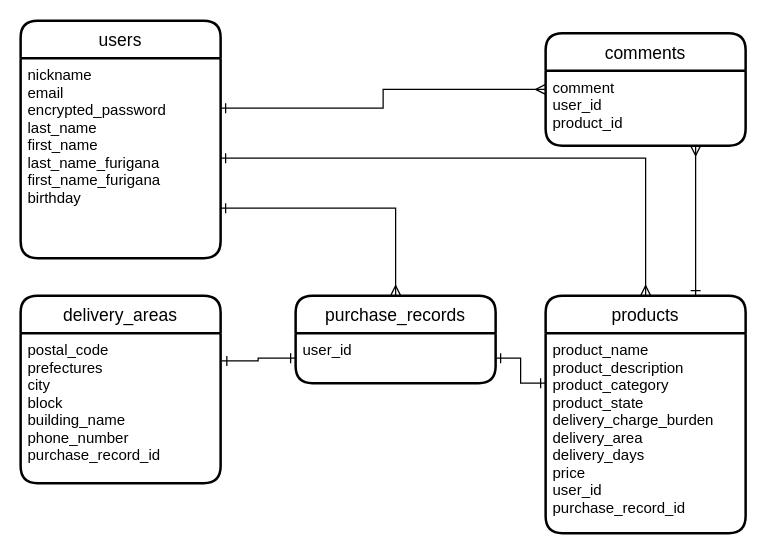
The draw.io diagram er.dio in HijiriOkuhara/furima-36024, before the edit. Source tidied: cells renumbered, new cells numbered last; positions are measured from the earlier drawing's top-left corner, leaving out a move shared by most shapes. Both pictures are drawn from the tidied source at 125%, with x=0, y=0 at pixel (20, 20).
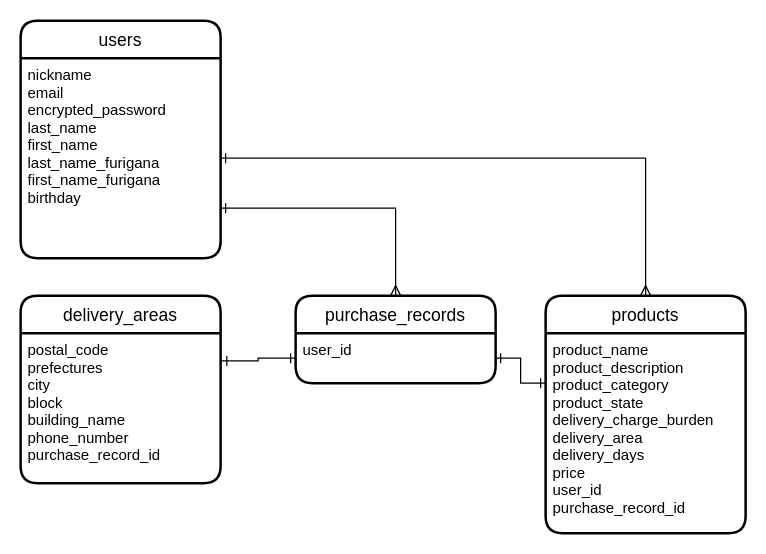
The same page after the edit.

Commit message (it also covers changes not shown here):
コメントテーブルとコメントテーブルに関わるアソシエーションを削除

What changed in the source:
```diff
@@
 <mxGraphModel>
   <root>
     <mxCell id="0" />
     <mxCell id="1" parent="0" />
     <mxCell id="2" value="users" style="swimlane;horizontal=1;startSize=30;rounded=1;fontSize=14;fontStyle=0;strokeWidth=2;shadow=0;dashed=0;align=center;" parent="1" vertex="1">
       <mxGeometry width="160" height="190" as="geometry" />
     </mxCell>
     <mxCell id="3" value="nickname&#10;email&#10;encrypted_password&#10;last_name&#10;first_name&#10;last_name_furigana&#10;first_name_furigana&#10;birthday" style="align=left;strokeColor=none;fillColor=none;spacingLeft=4;fontSize=12;verticalAlign=top;" parent="2" vertex="1">
       <mxGeometry y="30" width="160" height="160" as="geometry" />
     </mxCell>
-    <mxCell id="4" style="edgeStyle=orthogonalEdgeStyle;rounded=0;jettySize=auto;html=1;exitX=0.75;exitY=0;exitDx=0;exitDy=0;entryX=0.75;entryY=1;entryDx=0;entryDy=0;startArrow=ERone;startFill=0;endArrow=ERmany;endFill=0;" parent="1" edge="1" source="5" target="8">
-      <mxGeometry relative="1" as="geometry" />
-    </mxCell>
     <mxCell id="5" value="products" style="swimlane;horizontal=1;startSize=30;rounded=1;fontSize=14;fontStyle=0;strokeWidth=2;shadow=0;dashed=0;align=center;" parent="1" vertex="1">
       <mxGeometry x="420" y="220" width="160" height="190" as="geometry" />
     </mxCell>
     <mxCell id="6" value="product_name&#10;product_description&#10;product_category&#10;product_state&#10;delivery_charge_burden&#10;delivery_area&#10;delivery_days&#10;price&#10;user_id&#10;purchase_record_id" style="align=left;strokeColor=none;fillColor=none;spacingLeft=4;fontSize=12;verticalAlign=top;" parent="5" vertex="1">
       <mxGeometry y="30" width="160" height="160" as="geometry" />
     </mxCell>
-    <mxCell id="7" value="comments" style="swimlane;horizontal=1;startSize=30;rounded=1;fontSize=14;fontStyle=0;strokeWidth=2;shadow=0;dashed=0;align=center;" parent="1" vertex="1">
-      <mxGeometry x="420" y="10" width="160" height="90" as="geometry" />
-    </mxCell>
-    <mxCell id="8" value="comment&#10;user_id&#10;product_id" style="align=left;strokeColor=none;fillColor=none;spacingLeft=4;fontSize=12;verticalAlign=top;" parent="7" vertex="1">
-      <mxGeometry y="30" width="160" height="60" as="geometry" />
-    </mxCell>
     <mxCell id="9" value="purchase_records" style="swimlane;horizontal=1;startSize=30;rounded=1;fontSize=14;fontStyle=0;strokeWidth=2;shadow=0;dashed=0;align=center;" parent="1" vertex="1">
       <mxGeometry x="220" y="220" width="160" height="70" as="geometry" />
     </mxCell>
     <mxCell id="10" value="user_id" style="align=left;strokeColor=none;fillColor=none;spacingLeft=4;fontSize=12;verticalAlign=top;" parent="9" vertex="1">
       <mxGeometry y="30" width="160" height="40" as="geometry" />
     </mxCell>
     <mxCell id="11" value="delivery_areas" style="swimlane;horizontal=1;startSize=30;rounded=1;fontSize=14;fontStyle=0;strokeWidth=2;shadow=0;dashed=0;align=center;" parent="1" vertex="1">
       <mxGeometry y="220" width="160" height="150" as="geometry" />
     </mxCell>
     <mxCell id="12" value="postal_code&#10;prefectures&#10;city&#10;block&#10;building_name&#10;phone_number&#10;purchase_record_id" style="align=left;strokeColor=none;fillColor=none;spacingLeft=4;fontSize=12;verticalAlign=top;" parent="11" vertex="1">
       <mxGeometry y="30" width="160" height="120" as="geometry" />
     </mxCell>
-    <mxCell id="13" style="edgeStyle=orthogonalEdgeStyle;rounded=0;jettySize=auto;html=1;exitX=1;exitY=0.25;exitDx=0;exitDy=0;entryX=0;entryY=0.25;entryDx=0;entryDy=0;startArrow=ERone;startFill=0;endArrow=ERmany;endFill=0;" parent="1" edge="1" source="3" target="8">
-      <mxGeometry relative="1" as="geometry" />
-    </mxCell>
     <mxCell id="14" style="edgeStyle=orthogonalEdgeStyle;rounded=0;jettySize=auto;html=1;exitX=1;exitY=0.5;exitDx=0;exitDy=0;entryX=0.5;entryY=0;entryDx=0;entryDy=0;startArrow=ERone;startFill=0;endArrow=ERmany;endFill=0;" parent="1" edge="1" source="3" target="5">
       <mxGeometry relative="1" as="geometry" />
     </mxCell>
     <mxCell id="15" style="edgeStyle=orthogonalEdgeStyle;rounded=0;jettySize=auto;html=1;exitX=1;exitY=0.5;exitDx=0;exitDy=0;entryX=0;entryY=0.25;entryDx=0;entryDy=0;startArrow=ERone;startFill=0;endArrow=ERone;endFill=0;" parent="1" edge="1" source="10" target="6">
       <mxGeometry relative="1" as="geometry" />
     </mxCell>
     <mxCell id="16" style="edgeStyle=orthogonalEdgeStyle;rounded=0;jettySize=auto;html=1;exitX=0;exitY=0.5;exitDx=0;exitDy=0;entryX=1.006;entryY=0.185;entryDx=0;entryDy=0;entryPerimeter=0;startArrow=ERone;startFill=0;endArrow=ERone;endFill=0;" parent="1" edge="1" source="10" target="12">
       <mxGeometry relative="1" as="geometry" />
     </mxCell>
     <mxCell id="17" style="edgeStyle=orthogonalEdgeStyle;rounded=0;jettySize=auto;html=1;exitX=1;exitY=0.75;exitDx=0;exitDy=0;entryX=0.5;entryY=0;entryDx=0;entryDy=0;startArrow=ERone;startFill=0;endArrow=ERmany;endFill=0;" parent="1" edge="1" source="3" target="9">
       <mxGeometry relative="1" as="geometry" />
     </mxCell>
   </root>
 </mxGraphModel>
```
